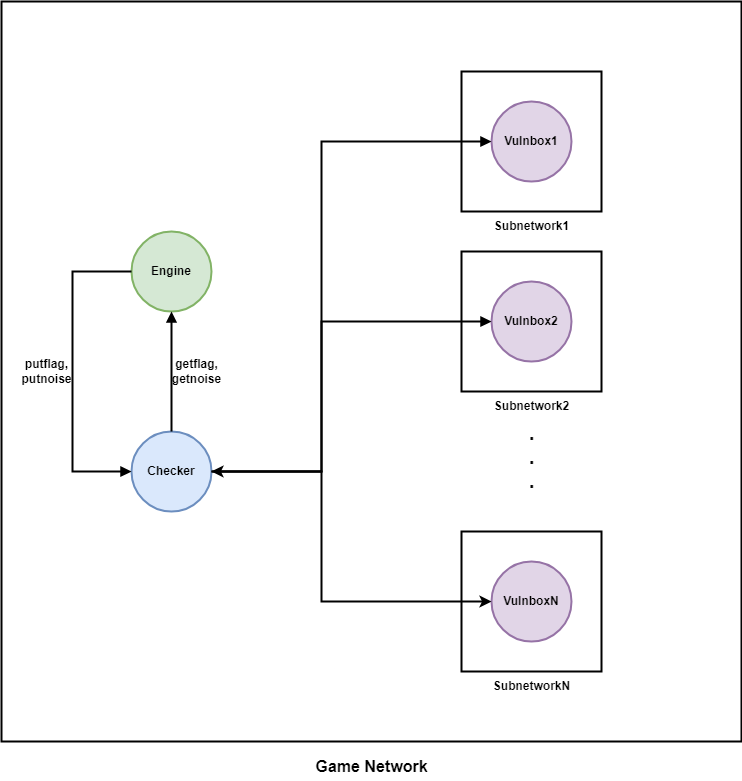
Before: docs/img/infrastructure.png, a diagram exported from draw.io (ashiven/enosim). Source tidied: cells renumbered, new cells last; positions are measured from the earlier drawing's top-left corner, leaving out a move shared by most shapes. The source it was exported from:
```xml
<mxGraphModel background="#ffffff">
  <root>
    <mxCell id="0" />
    <mxCell id="1" parent="0" />
    <mxCell id="2" style="ellipse;whiteSpace=wrap;html=1;fontStyle=1;strokeWidth=2;fillColor=#e1d5e7;strokeColor=#9673a6;" parent="1" vertex="1">
      <mxGeometry x="490" y="560" width="80" height="80" as="geometry" />
    </mxCell>
    <mxCell id="3" value="VulnboxN" style="whiteSpace=wrap;html=1;fillColor=none;fontStyle=1;strokeWidth=2;" parent="1" vertex="1">
      <mxGeometry x="460" y="530" width="140" height="140" as="geometry" />
    </mxCell>
    <mxCell id="4" style="whiteSpace=wrap;html=1;fillColor=none;fontStyle=1;strokeWidth=2;" parent="1" vertex="1">
      <mxGeometry x="460" y="250" width="140" height="140" as="geometry" />
    </mxCell>
    <mxCell id="5" style="whiteSpace=wrap;html=1;fillColor=none;fontStyle=1;strokeWidth=2;" parent="1" vertex="1">
      <mxGeometry x="460" y="70" width="140" height="140" as="geometry" />
    </mxCell>
    <mxCell id="6" style="whiteSpace=wrap;html=1;fillColor=none;fontStyle=1;strokeWidth=2;" parent="1" vertex="1">
      <mxGeometry width="740" height="740" as="geometry" />
    </mxCell>
    <mxCell id="7" value="Engine" style="ellipse;whiteSpace=wrap;html=1;fontStyle=1;strokeWidth=2;fillColor=#d5e8d4;strokeColor=#82b366;" parent="1" vertex="1">
      <mxGeometry x="130" y="230" width="80" height="80" as="geometry" />
    </mxCell>
    <mxCell id="8" value="Checker" style="ellipse;whiteSpace=wrap;html=1;fontStyle=1;strokeWidth=2;fillColor=#dae8fc;strokeColor=#6c8ebf;" parent="1" vertex="1">
      <mxGeometry x="130" y="430" width="80" height="80" as="geometry" />
    </mxCell>
    <mxCell id="9" value="Vulnbox1" style="ellipse;whiteSpace=wrap;html=1;fontStyle=1;strokeWidth=2;fillColor=#e1d5e7;strokeColor=#9673a6;" parent="1" vertex="1">
      <mxGeometry x="490" y="100" width="80" height="80" as="geometry" />
    </mxCell>
    <mxCell id="10" value="Vulnbox2" style="ellipse;whiteSpace=wrap;html=1;fontStyle=1;strokeWidth=2;fillColor=#e1d5e7;strokeColor=#9673a6;" parent="1" vertex="1">
      <mxGeometry x="490" y="280" width="80" height="80" as="geometry" />
    </mxCell>
    <mxCell id="11" style="edgeStyle=orthogonalEdgeStyle;html=1;endArrow=block;elbow=vertical;startArrow=none;endFill=1;strokeColor=#000000;rounded=0;exitX=0;exitY=0.5;exitDx=0;exitDy=0;entryX=0;entryY=0.5;entryDx=0;entryDy=0;fontStyle=1;strokeWidth=2;" parent="1" edge="1" source="7" target="8">
      <mxGeometry relative="1" as="geometry">
        <Array as="points">
          <mxPoint x="71" y="270" />
          <mxPoint x="71" y="470" />
        </Array>
      </mxGeometry>
    </mxCell>
    <mxCell id="12" style="edgeStyle=orthogonalEdgeStyle;html=1;endArrow=block;elbow=vertical;startArrow=none;endFill=1;strokeColor=#000000;rounded=0;entryX=0.214;entryY=0.5;entryDx=0;entryDy=0;exitX=1;exitY=0.5;exitDx=0;exitDy=0;entryPerimeter=0;fontStyle=1;strokeWidth=2;" parent="1" edge="1" source="8" target="5">
      <mxGeometry relative="1" as="geometry">
        <Array as="points">
          <mxPoint x="320" y="470" />
          <mxPoint x="320" y="140" />
        </Array>
      </mxGeometry>
    </mxCell>
    <mxCell id="13" style="edgeStyle=orthogonalEdgeStyle;html=1;endArrow=block;elbow=vertical;startArrow=none;endFill=1;strokeColor=#000000;rounded=0;exitX=1;exitY=0.5;exitDx=0;exitDy=0;fontStyle=1;strokeWidth=2;" parent="1" edge="1" target="10">
      <mxGeometry relative="1" as="geometry">
        <mxPoint x="210" y="470" as="sourcePoint" />
        <Array as="points">
          <mxPoint x="320" y="470" />
          <mxPoint x="320" y="320" />
        </Array>
      </mxGeometry>
    </mxCell>
    <mxCell id="14" value=".&lt;br style=&quot;font-size: 20px;&quot;&gt;.&lt;br style=&quot;font-size: 20px;&quot;&gt;." style="text;html=1;align=center;verticalAlign=middle;strokeColor=none;fillColor=none;fontSize=20;fontStyle=1;strokeWidth=2;" parent="1" vertex="1">
      <mxGeometry x="515" y="410" width="30" height="90" as="geometry" />
    </mxCell>
    <mxCell id="15" value="Game Network" style="text;html=1;align=center;verticalAlign=middle;strokeColor=none;fillColor=none;fontStyle=1;fontSize=16;strokeWidth=2;" parent="1" vertex="1">
      <mxGeometry x="300" y="750" width="140" height="30" as="geometry" />
    </mxCell>
    <mxCell id="16" value="Subnetwork1" style="text;html=1;align=center;verticalAlign=middle;strokeColor=none;fillColor=none;fontStyle=1;strokeWidth=2;" parent="1" vertex="1">
      <mxGeometry x="480" y="210" width="100" height="30" as="geometry" />
    </mxCell>
    <mxCell id="17" value="Subnetwork2" style="text;html=1;align=center;verticalAlign=middle;strokeColor=none;fillColor=none;fontStyle=1;strokeWidth=2;" parent="1" vertex="1">
      <mxGeometry x="480" y="390" width="100" height="30" as="geometry" />
    </mxCell>
    <mxCell id="18" value="SubnetworkN" style="text;html=1;align=center;verticalAlign=middle;strokeColor=none;fillColor=none;fontStyle=1;strokeWidth=2;" parent="1" vertex="1">
      <mxGeometry x="480" y="670" width="100" height="30" as="geometry" />
    </mxCell>
    <mxCell id="19" style="edgeStyle=orthogonalEdgeStyle;html=1;endArrow=none;elbow=vertical;startArrow=block;startFill=1;strokeColor=#000000;rounded=0;fontStyle=1;strokeWidth=2;" parent="1" edge="1" source="7" target="8">
      <mxGeometry relative="1" as="geometry" />
    </mxCell>
    <mxCell id="20" value="putflag,&lt;br&gt;putnoise" style="text;html=1;align=center;verticalAlign=middle;strokeColor=none;fillColor=none;fontStyle=1;strokeWidth=2;" parent="1" vertex="1">
      <mxGeometry x="10" y="350" width="70" height="40" as="geometry" />
    </mxCell>
    <mxCell id="21" value="getflag,&lt;br&gt;getnoise" style="text;html=1;align=center;verticalAlign=middle;strokeColor=none;fillColor=none;fontStyle=1;strokeWidth=2;" parent="1" vertex="1">
      <mxGeometry x="160" y="350" width="70" height="40" as="geometry" />
    </mxCell>
    <mxCell id="22" style="endArrow=classic;startArrow=classic;html=1;rounded=0;exitX=1;exitY=0.5;exitDx=0;exitDy=0;entryX=0;entryY=0.5;entryDx=0;entryDy=0;fontStyle=1;strokeWidth=2;" parent="1" edge="1" source="8" target="2">
      <mxGeometry relative="1" as="geometry">
        <Array as="points">
          <mxPoint x="320" y="470" />
          <mxPoint x="320" y="600" />
        </Array>
      </mxGeometry>
    </mxCell>
  </root>
</mxGraphModel>
```
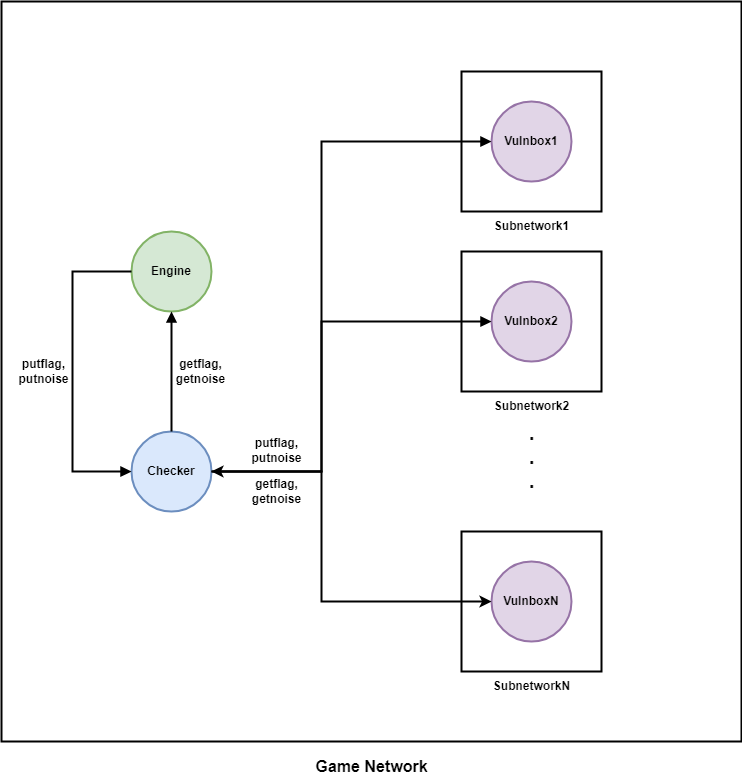
After the change.

What changed in the source:
```diff
@@ -73,10 +73,10 @@
       <mxGeometry relative="1" as="geometry" />
     </mxCell>
     <mxCell id="20" value="putflag,&lt;br&gt;putnoise" style="text;html=1;align=center;verticalAlign=middle;strokeColor=none;fillColor=none;fontStyle=1;strokeWidth=2;" parent="1" vertex="1">
-      <mxGeometry x="10" y="350" width="70" height="40" as="geometry" />
+      <mxGeometry x="7" y="350" width="70" height="40" as="geometry" />
     </mxCell>
     <mxCell id="21" value="getflag,&lt;br&gt;getnoise" style="text;html=1;align=center;verticalAlign=middle;strokeColor=none;fillColor=none;fontStyle=1;strokeWidth=2;" parent="1" vertex="1">
-      <mxGeometry x="160" y="350" width="70" height="40" as="geometry" />
+      <mxGeometry x="164" y="350" width="70" height="40" as="geometry" />
     </mxCell>
     <mxCell id="22" style="endArrow=classic;startArrow=classic;html=1;rounded=0;exitX=1;exitY=0.5;exitDx=0;exitDy=0;entryX=0;entryY=0.5;entryDx=0;entryDy=0;fontStyle=1;strokeWidth=2;" parent="1" edge="1" source="8" target="2">
       <mxGeometry relative="1" as="geometry">
@@ -86,5 +86,11 @@
         </Array>
       </mxGeometry>
     </mxCell>
+    <mxCell id="23" value="putflag,&lt;br&gt;putnoise" style="text;html=1;align=center;verticalAlign=middle;strokeColor=none;fillColor=none;fontStyle=1;strokeWidth=2;" parent="1" vertex="1">
+      <mxGeometry x="240" y="429" width="70" height="40" as="geometry" />
+    </mxCell>
+    <mxCell id="24" value="getflag,&lt;br&gt;getnoise" style="text;html=1;align=center;verticalAlign=middle;strokeColor=none;fillColor=none;fontStyle=1;strokeWidth=2;" parent="1" vertex="1">
+      <mxGeometry x="240" y="470" width="70" height="40" as="geometry" />
+    </mxCell>
   </root>
 </mxGraphModel>
```
